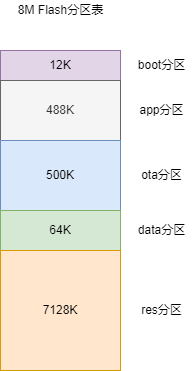
Above: rf01 sdk.png in zhangmeizhen/test2 (draw.io), before the change. Source tidied: cells renumbered, new cells last; positions are measured from the earlier drawing's top-left corner, leaving out a move shared by most shapes. The source it was exported from:
```xml
<mxGraphModel>
  <root>
    <mxCell id="0" />
    <mxCell id="1" parent="0" />
    <mxCell id="2" style="rounded=0;whiteSpace=wrap;html=1;" parent="1" vertex="1">
      <mxGeometry y="50" width="120" height="320" as="geometry" />
    </mxCell>
    <mxCell id="3" value="12K" style="rounded=0;whiteSpace=wrap;html=1;fillColor=#e1d5e7;strokeColor=#9673a6;" parent="1" vertex="1">
      <mxGeometry y="50" width="120" height="30" as="geometry" />
    </mxCell>
    <mxCell id="4" value="boot分区" style="text;html=1;align=center;verticalAlign=middle;strokeColor=none;fillColor=none;" parent="1" vertex="1">
      <mxGeometry x="131" y="55" width="60" height="20" as="geometry" />
    </mxCell>
    <mxCell id="5" value="488K" style="rounded=0;whiteSpace=wrap;html=1;fillColor=#f5f5f5;fontColor=#333333;strokeColor=#666666;" parent="1" vertex="1">
      <mxGeometry y="80" width="120" height="60" as="geometry" />
    </mxCell>
    <mxCell id="6" value="app分区" style="text;html=1;align=center;verticalAlign=middle;strokeColor=none;fillColor=none;" parent="1" vertex="1">
      <mxGeometry x="131" y="100" width="60" height="20" as="geometry" />
    </mxCell>
    <mxCell id="7" value="500K" style="rounded=0;whiteSpace=wrap;html=1;fillColor=#dae8fc;strokeColor=#6c8ebf;" parent="1" vertex="1">
      <mxGeometry y="140" width="120" height="70" as="geometry" />
    </mxCell>
    <mxCell id="8" value="64K" style="rounded=0;whiteSpace=wrap;html=1;fillColor=#d5e8d4;strokeColor=#82b366;" parent="1" vertex="1">
      <mxGeometry y="210" width="120" height="40" as="geometry" />
    </mxCell>
    <mxCell id="9" value="ota分区" style="text;html=1;align=center;verticalAlign=middle;strokeColor=none;fillColor=none;" parent="1" vertex="1">
      <mxGeometry x="131" y="165" width="60" height="20" as="geometry" />
    </mxCell>
    <mxCell id="10" value="data分区" style="text;html=1;align=center;verticalAlign=middle;strokeColor=none;fillColor=none;" parent="1" vertex="1">
      <mxGeometry x="131" y="220" width="60" height="20" as="geometry" />
    </mxCell>
    <mxCell id="11" value="7128K" style="rounded=0;whiteSpace=wrap;html=1;fillColor=#ffe6cc;strokeColor=#d79b00;" parent="1" vertex="1">
      <mxGeometry y="250" width="120" height="120" as="geometry" />
    </mxCell>
    <mxCell id="12" value="res分区" style="text;html=1;align=center;verticalAlign=middle;strokeColor=none;fillColor=none;" parent="1" vertex="1">
      <mxGeometry x="131" y="300" width="60" height="20" as="geometry" />
    </mxCell>
    <mxCell id="13" value="8M Flash分区表" style="text;html=1;align=center;verticalAlign=middle;strokeColor=none;fillColor=none;" parent="1" vertex="1">
      <mxGeometry x="10" width="100" height="20" as="geometry" />
    </mxCell>
  </root>
</mxGraphModel>
```
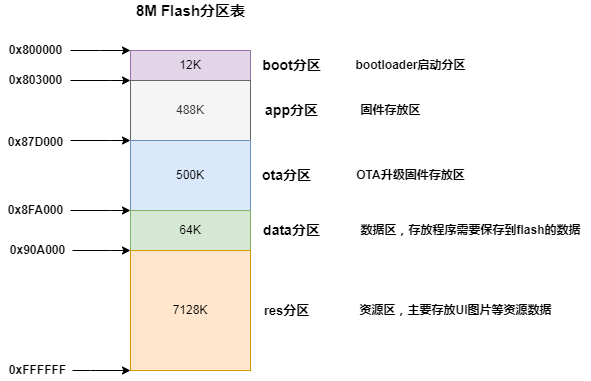
The same file after the commit.

The edit, as a diff of the source:
```diff
@@ -8,14 +8,14 @@
     <mxCell id="3" value="12K" style="rounded=0;whiteSpace=wrap;html=1;fillColor=#e1d5e7;strokeColor=#9673a6;" parent="1" vertex="1">
       <mxGeometry y="50" width="120" height="30" as="geometry" />
     </mxCell>
-    <mxCell id="4" value="boot分区" style="text;html=1;align=center;verticalAlign=middle;strokeColor=none;fillColor=none;" parent="1" vertex="1">
-      <mxGeometry x="131" y="55" width="60" height="20" as="geometry" />
+    <mxCell id="4" value="&lt;b&gt;&lt;font style=&quot;font-size: 14px;&quot;&gt;boot分区&lt;/font&gt;&lt;/b&gt;" style="text;html=1;align=center;verticalAlign=middle;strokeColor=none;fillColor=none;" parent="1" vertex="1">
+      <mxGeometry x="126" y="55" width="70" height="20" as="geometry" />
     </mxCell>
     <mxCell id="5" value="488K" style="rounded=0;whiteSpace=wrap;html=1;fillColor=#f5f5f5;fontColor=#333333;strokeColor=#666666;" parent="1" vertex="1">
       <mxGeometry y="80" width="120" height="60" as="geometry" />
     </mxCell>
-    <mxCell id="6" value="app分区" style="text;html=1;align=center;verticalAlign=middle;strokeColor=none;fillColor=none;" parent="1" vertex="1">
-      <mxGeometry x="131" y="100" width="60" height="20" as="geometry" />
+    <mxCell id="6" value="&lt;b&gt;&lt;font style=&quot;font-size: 14px;&quot;&gt;app分区&lt;/font&gt;&lt;/b&gt;" style="text;html=1;align=center;verticalAlign=middle;strokeColor=none;fillColor=none;" parent="1" vertex="1">
+      <mxGeometry x="126" y="100" width="70" height="20" as="geometry" />
     </mxCell>
     <mxCell id="7" value="500K" style="rounded=0;whiteSpace=wrap;html=1;fillColor=#dae8fc;strokeColor=#6c8ebf;" parent="1" vertex="1">
       <mxGeometry y="140" width="120" height="70" as="geometry" />
@@ -23,20 +23,106 @@
     <mxCell id="8" value="64K" style="rounded=0;whiteSpace=wrap;html=1;fillColor=#d5e8d4;strokeColor=#82b366;" parent="1" vertex="1">
       <mxGeometry y="210" width="120" height="40" as="geometry" />
     </mxCell>
-    <mxCell id="9" value="ota分区" style="text;html=1;align=center;verticalAlign=middle;strokeColor=none;fillColor=none;" parent="1" vertex="1">
-      <mxGeometry x="131" y="165" width="60" height="20" as="geometry" />
+    <mxCell id="9" value="&lt;b&gt;&lt;font style=&quot;font-size: 14px;&quot;&gt;ota分区&lt;/font&gt;&lt;/b&gt;" style="text;html=1;align=center;verticalAlign=middle;strokeColor=none;fillColor=none;" parent="1" vertex="1">
+      <mxGeometry x="126" y="165" width="60" height="20" as="geometry" />
     </mxCell>
-    <mxCell id="10" value="data分区" style="text;html=1;align=center;verticalAlign=middle;strokeColor=none;fillColor=none;" parent="1" vertex="1">
-      <mxGeometry x="131" y="220" width="60" height="20" as="geometry" />
+    <mxCell id="10" value="&lt;b&gt;&lt;font style=&quot;font-size: 14px;&quot;&gt;data分区&lt;/font&gt;&lt;/b&gt;" style="text;html=1;align=center;verticalAlign=middle;strokeColor=none;fillColor=none;" parent="1" vertex="1">
+      <mxGeometry x="126" y="220" width="70" height="20" as="geometry" />
     </mxCell>
     <mxCell id="11" value="7128K" style="rounded=0;whiteSpace=wrap;html=1;fillColor=#ffe6cc;strokeColor=#d79b00;" parent="1" vertex="1">
       <mxGeometry y="250" width="120" height="120" as="geometry" />
     </mxCell>
-    <mxCell id="12" value="res分区" style="text;html=1;align=center;verticalAlign=middle;strokeColor=none;fillColor=none;" parent="1" vertex="1">
-      <mxGeometry x="131" y="300" width="60" height="20" as="geometry" />
+    <mxCell id="12" value="&lt;b&gt;&lt;font style=&quot;font-size: 13px;&quot;&gt;res分区&lt;/font&gt;&lt;/b&gt;" style="text;html=1;align=center;verticalAlign=middle;strokeColor=none;fillColor=none;" parent="1" vertex="1">
+      <mxGeometry x="126" y="300" width="60" height="20" as="geometry" />
     </mxCell>
-    <mxCell id="13" value="8M Flash分区表" style="text;html=1;align=center;verticalAlign=middle;strokeColor=none;fillColor=none;" parent="1" vertex="1">
-      <mxGeometry x="10" width="100" height="20" as="geometry" />
+    <mxCell id="13" value="&lt;b&gt;&lt;font style=&quot;font-size: 15px;&quot;&gt;8M Flash分区表&lt;/font&gt;&lt;/b&gt;" style="text;html=1;align=center;verticalAlign=middle;strokeColor=none;fillColor=none;" parent="1" vertex="1">
+      <mxGeometry width="120" height="20" as="geometry" />
     </mxCell>
+    <mxCell id="14" style="edgeStyle=orthogonalEdgeStyle;rounded=0;jettySize=auto;html=1;entryX=0;entryY=0;entryDx=0;entryDy=0;entryPerimeter=0;" parent="1" edge="1" source="15" target="3">
+      <mxGeometry relative="1" as="geometry">
+        <Array as="points">
+          <mxPoint x="-30" y="50" />
+          <mxPoint x="-30" y="50" />
+        </Array>
+      </mxGeometry>
+    </mxCell>
+    <mxCell id="15" value="&lt;b&gt;0x800000&lt;/b&gt;" style="text;html=1;align=center;verticalAlign=middle;points=[];strokeColor=none;fillColor=none;" parent="1" vertex="1">
+      <mxGeometry x="-130" y="40" width="70" height="20" as="geometry" />
+    </mxCell>
+    <mxCell id="16" style="edgeStyle=orthogonalEdgeStyle;rounded=0;jettySize=auto;html=1;entryX=0;entryY=0;entryDx=0;entryDy=0;fontSize=13;" parent="1" edge="1" source="17" target="5">
+      <mxGeometry relative="1" as="geometry">
+        <Array as="points">
+          <mxPoint x="-20" y="80" />
+          <mxPoint x="-20" y="80" />
+        </Array>
+      </mxGeometry>
+    </mxCell>
+    <mxCell id="17" value="&lt;b&gt;0x803000&lt;/b&gt;" style="text;html=1;align=center;verticalAlign=middle;points=[];strokeColor=none;fillColor=none;" parent="1" vertex="1">
+      <mxGeometry x="-130" y="70" width="70" height="20" as="geometry" />
+    </mxCell>
+    <mxCell id="18" value="&lt;span style=&quot;color: rgba(0, 0, 0, 0); font-family: monospace; font-size: 0px; text-align: start;&quot;&gt;%3CmxGraphModel%3E%3Croot%3E%3CmxCell%20id%3D%220%22%2F%3E%3CmxCell%20id%3D%221%22%20parent%3D%220%22%2F%3E%3CmxCell%20id%3D%222%22%20value%3D%22%26lt%3Bb%26gt%3B0x803000%26lt%3B%2Fb%26gt%3B%22%20style%3D%22text%3Bhtml%3D1%3Balign%3Dcenter%3BverticalAlign%3Dmiddle%3Bresizable%3D0%3Bpoints%3D%5B%5D%3Bautosize%3D1%3BstrokeColor%3Dnone%3BfillColor%3Dnone%3B%22%20vertex%3D%221%22%20parent%3D%221%22%3E%3CmxGeometry%20x%3D%22110%22%20y%3D%22130%22%20width%3D%2270%22%20height%3D%2220%22%20as%3D%22geometry%22%2F%3E%3C%2FmxCell%3E%3C%2Froot%3E%3C%2FmxGraphModel%3E&lt;/span&gt;" style="text;html=1;align=center;verticalAlign=middle;strokeColor=none;fillColor=none;fontSize=13;" parent="1" vertex="1">
+      <mxGeometry x="-110" y="115" width="20" height="30" as="geometry" />
+    </mxCell>
+    <mxCell id="19" value="&lt;span&gt;0x87D000&lt;/span&gt;" style="text;html=1;align=center;verticalAlign=middle;strokeColor=none;fillColor=none;fontStyle=1;" parent="1" vertex="1">
+      <mxGeometry x="-130" y="132" width="70" height="20" as="geometry" />
+    </mxCell>
+    <mxCell id="20" style="edgeStyle=orthogonalEdgeStyle;rounded=0;orthogonalLoop=1;jettySize=auto;html=1;entryX=0;entryY=0;entryDx=0;entryDy=0;fontSize=13;" parent="1" edge="1">
+      <mxGeometry relative="1" as="geometry">
+        <mxPoint x="-60" y="140" as="sourcePoint" />
+        <mxPoint y="140" as="targetPoint" />
+        <Array as="points">
+          <mxPoint x="-20" y="140" />
+          <mxPoint x="-20" y="140" />
+        </Array>
+      </mxGeometry>
+    </mxCell>
+    <mxCell id="21" style="edgeStyle=orthogonalEdgeStyle;rounded=0;jettySize=auto;html=1;entryX=0;entryY=0;entryDx=0;entryDy=0;fontSize=13;" parent="1" edge="1" source="22" target="8">
+      <mxGeometry relative="1" as="geometry">
+        <Array as="points">
+          <mxPoint x="-20" y="210" />
+          <mxPoint x="-20" y="210" />
+        </Array>
+      </mxGeometry>
+    </mxCell>
+    <mxCell id="22" value="0x8FA000" style="text;html=1;align=center;verticalAlign=middle;points=[];strokeColor=none;fillColor=none;fontSize=12;fontStyle=1;" parent="1" vertex="1">
+      <mxGeometry x="-130" y="200" width="70" height="20" as="geometry" />
+    </mxCell>
+    <mxCell id="23" style="edgeStyle=orthogonalEdgeStyle;rounded=0;jettySize=auto;html=1;entryX=0;entryY=0;entryDx=0;entryDy=0;fontSize=12;" parent="1" edge="1" source="24" target="11">
+      <mxGeometry relative="1" as="geometry">
+        <Array as="points">
+          <mxPoint x="-20" y="250" />
+          <mxPoint x="-20" y="250" />
+        </Array>
+      </mxGeometry>
+    </mxCell>
+    <mxCell id="24" value="&lt;font style=&quot;font-size: 12px;&quot;&gt;0x90A000&lt;/font&gt;" style="text;html=1;align=center;verticalAlign=middle;points=[];strokeColor=none;fillColor=none;fontSize=12;fontStyle=1;" parent="1" vertex="1">
+      <mxGeometry x="-128" y="240" width="70" height="20" as="geometry" />
+    </mxCell>
+    <mxCell id="25" style="edgeStyle=orthogonalEdgeStyle;rounded=0;jettySize=auto;html=1;entryX=0;entryY=1;entryDx=0;entryDy=0;fontSize=12;" parent="1" edge="1" source="26" target="11">
+      <mxGeometry relative="1" as="geometry">
+        <Array as="points">
+          <mxPoint x="-40" y="370" />
+          <mxPoint x="-40" y="370" />
+        </Array>
+      </mxGeometry>
+    </mxCell>
+    <mxCell id="26" value="&lt;font style=&quot;font-size: 12px;&quot;&gt;0xFFFFFF&lt;/font&gt;" style="text;html=1;align=center;verticalAlign=middle;points=[];strokeColor=none;fillColor=none;fontSize=12;fontStyle=1;" parent="1" vertex="1">
+      <mxGeometry x="-128" y="360" width="70" height="20" as="geometry" />
+    </mxCell>
+    <mxCell id="27" value="bootloader启动分区" style="text;html=1;align=center;verticalAlign=middle;strokeColor=none;fillColor=none;fontSize=12;fontStyle=1;" parent="1" vertex="1">
+      <mxGeometry x="215" y="55" width="130" height="20" as="geometry" />
+    </mxCell>
+    <mxCell id="28" value="固件存放区" style="text;html=1;align=center;verticalAlign=middle;strokeColor=none;fillColor=none;fontSize=12;fontStyle=1;" parent="1" vertex="1">
+      <mxGeometry x="220" y="100" width="80" height="20" as="geometry" />
+    </mxCell>
+    <mxCell id="29" value="OTA升级固件存放区" style="text;html=1;align=center;verticalAlign=middle;strokeColor=none;fillColor=none;fontSize=12;fontStyle=1;" parent="1" vertex="1">
+      <mxGeometry x="220" y="165" width="120" height="20" as="geometry" />
+    </mxCell>
+    <mxCell id="30" value="数据区，存放程序需要保存到flash的数据" style="text;html=1;align=center;verticalAlign=middle;strokeColor=none;fillColor=none;fontSize=12;fontStyle=1;" parent="1" vertex="1">
+      <mxGeometry x="220" y="220" width="240" height="20" as="geometry" />
+    </mxCell>
+    <mxCell id="31" value="资源区，主要存放UI图片等资源数据" style="text;html=1;align=center;verticalAlign=middle;strokeColor=none;fillColor=none;fontSize=12;fontStyle=1;" parent="1" vertex="1">
+      <mxGeometry x="220" y="300" width="210" height="20" as="geometry" />
+    </mxCell>
   </root>
 </mxGraphModel>
```
